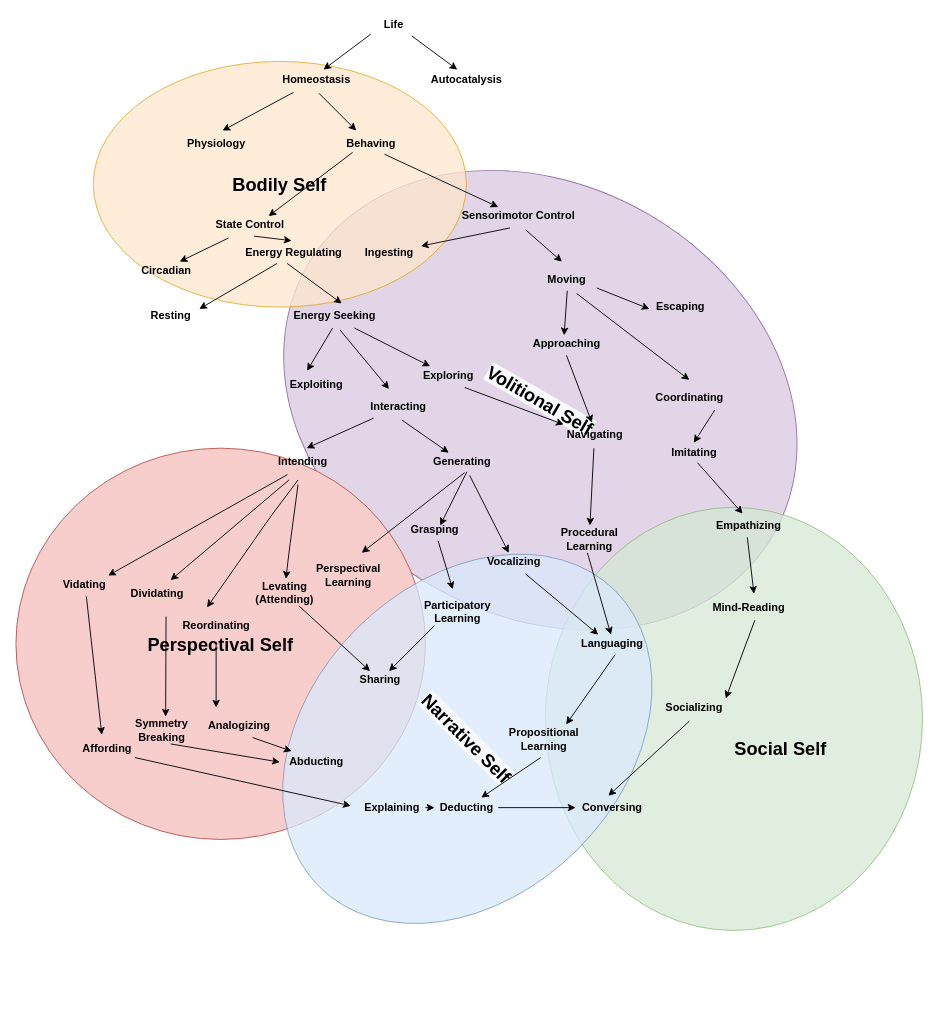
Before: self_evolution.drawio in codeaudit/1, a draw.io diagram. Source tidied: cells renumbered, new cells numbered last; positions are measured from the earlier drawing's top-left corner, leaving out a move shared by most shapes. Both pictures are drawn from the tidied source at 91%, with x=0, y=0 at pixel (15, 15).
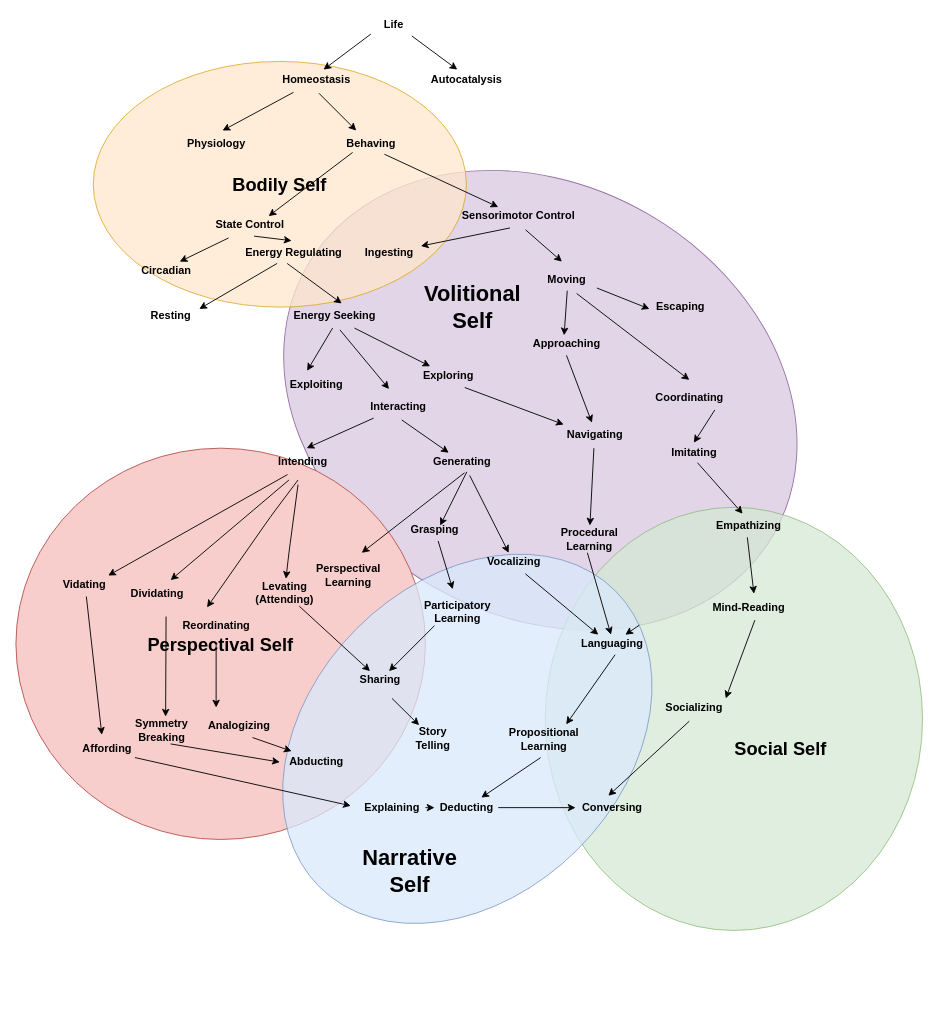
Above is the later version.

The change refers to these unchanged cells:
```xml
<mxCell id="40" value="Languaging" style="text;html=1;align=center;verticalAlign=middle;points=[];fontStyle=1;" parent="1" vertex="1">
  <mxGeometry x="615" y="680" width="80" height="20" as="geometry" />
</mxCell>
```

Change to the diagram source:
```diff
@@
-    <mxCell id="2" value="&lt;b style=&quot;color: rgb(0 , 0 , 0) ; font-family: &amp;#34;helvetica&amp;#34; ; font-size: 20px ; font-style: normal ; letter-spacing: normal ; text-align: center ; text-indent: 0px ; text-transform: none ; word-spacing: 0px ; background-color: rgb(248 , 249 , 250)&quot;&gt;Volitional Self&lt;/b&gt;" style="ellipse;whiteSpace=wrap;html=1;rotation=30;fillColor=#e1d5e7;strokeColor=#9673a6;" parent="1" vertex="1">
+    <mxCell id="2" style="ellipse;whiteSpace=wrap;html=1;rotation=30;fillColor=#e1d5e7;strokeColor=#9673a6;" parent="1" vertex="1">
       <mxGeometry x="280.6" y="185.9" width="591.4" height="472.7" as="geometry" />
     </mxCell>
@@
-    <mxCell id="5" value="&lt;b style=&quot;font-size: 20px ; background-color: rgb(248 , 249 , 250)&quot;&gt;Narrative Self&lt;/b&gt;" style="ellipse;whiteSpace=wrap;html=1;rotation=45;fillColor=#dae8fc;strokeColor=#6c8ebf;opacity=75;" parent="1" vertex="1">
+    <mxCell id="5" style="ellipse;whiteSpace=wrap;html=1;rotation=45;fillColor=#dae8fc;strokeColor=#6c8ebf;opacity=75;" parent="1" vertex="1">
       <mxGeometry x="324.4" y="564.4" width="343.3" height="460" as="geometry" />
     </mxCell>
@@
+    <mxCell id="103" style="edgeStyle=none;rounded=0;jettySize=auto;html=1;startArrow=classic;startFill=1;endArrow=none;endFill=0;" parent="1" edge="1" source="40" target="5">
+      <mxGeometry relative="1" as="geometry" />
+    </mxCell>
@@
+    <mxCell id="104" value="&lt;b&gt;&lt;font style=&quot;font-size: 24px&quot;&gt;Narrative Self&lt;/font&gt;&lt;/b&gt;" style="text;html=1;strokeColor=none;fillColor=none;align=center;verticalAlign=middle;whiteSpace=wrap;rounded=0;opacity=75;" parent="1" vertex="1">
+      <mxGeometry x="413.3" y="930" width="40" height="20" as="geometry" />
+    </mxCell>
+    <mxCell id="105" value="&lt;b&gt;&lt;font style=&quot;font-size: 24px&quot;&gt;Volitional Self&lt;/font&gt;&lt;/b&gt;" style="text;html=1;strokeColor=none;fillColor=none;align=center;verticalAlign=middle;whiteSpace=wrap;rounded=0;opacity=75;" parent="1" vertex="1">
+      <mxGeometry x="481.6" y="310" width="40" height="20" as="geometry" />
+    </mxCell>
+    <mxCell id="106" value="Story&lt;br&gt;Telling" style="text;html=1;align=center;verticalAlign=middle;points=[];fontStyle=1;" parent="1" vertex="1">
+      <mxGeometry x="433.3" y="779.4" width="50" height="30" as="geometry" />
+    </mxCell>
+    <mxCell id="107" style="endArrow=classic;html=1;" parent="1" edge="1" target="106">
+      <mxGeometry relative="1" as="geometry">
+        <mxPoint x="413.3" y="750" as="sourcePoint" />
+      </mxGeometry>
+    </mxCell>
```
